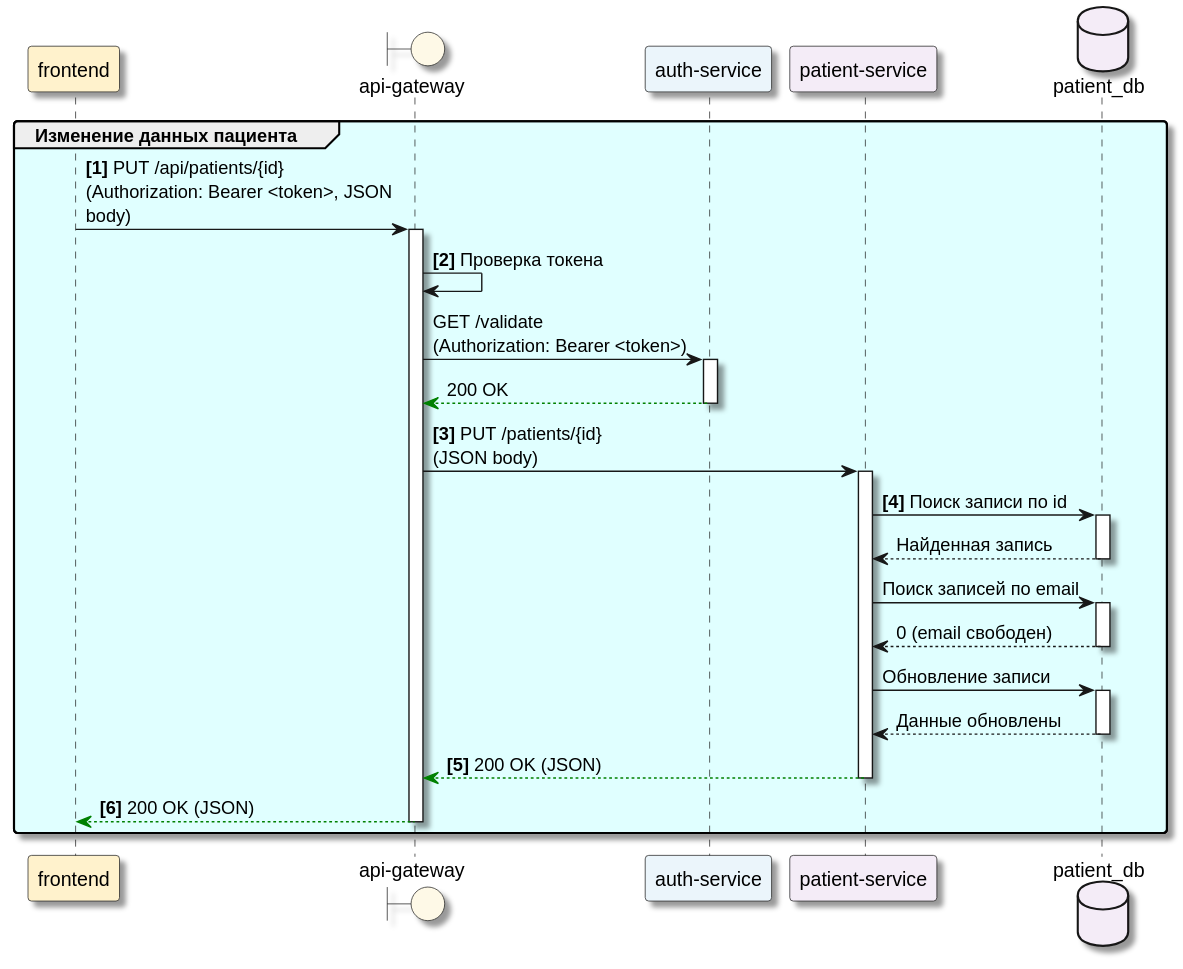
Earlier version of the PlantUML export Docs/As-is/Diagrams/UpdatePatient.svg (ni1a207/Healthcare-System). The source it was exported from:
```plantuml
@startuml
skinparam Shadowing true
skinparam RoundCorner 5
skinparam MaxMessageSize 250

participant "frontend" as SPA #FFF2CC

boundary "api-gateway" as GW #FEF9E7


participant "auth-service" as Auth #EBF5FB
participant "patient-service" as PS #F4ECF7
database "patient_db" as DB #F4ECF7

group #LightCyan Изменение данных пациента

    SPA -> GW ++: **[1]** PUT /api/patients/{id}\n(Authorization: Bearer <token>, JSON body)

    GW -> GW: **[2]** Проверка токена
    GW -> Auth ++: GET /validate\n(Authorization: Bearer <token>)
    Auth --[#green]> GW --: 200 OK

    GW -> PS ++: **[3]** PUT /patients/{id}\n(JSON body)

    PS -> DB ++: **[4]** Поиск записи по id
    DB --> PS --: Найденная запись

    PS -> DB ++: Поиск записей по email
    DB --> PS --: 0 (email свободен)

    PS -> DB ++: Обновление записи
    DB --> PS --: Данные обновлены

    PS --[#green]> GW --: **[5]** 200 OK (JSON)
    GW --[#green]> SPA --: **[6]** 200 OK (JSON)

end
@enduml
```
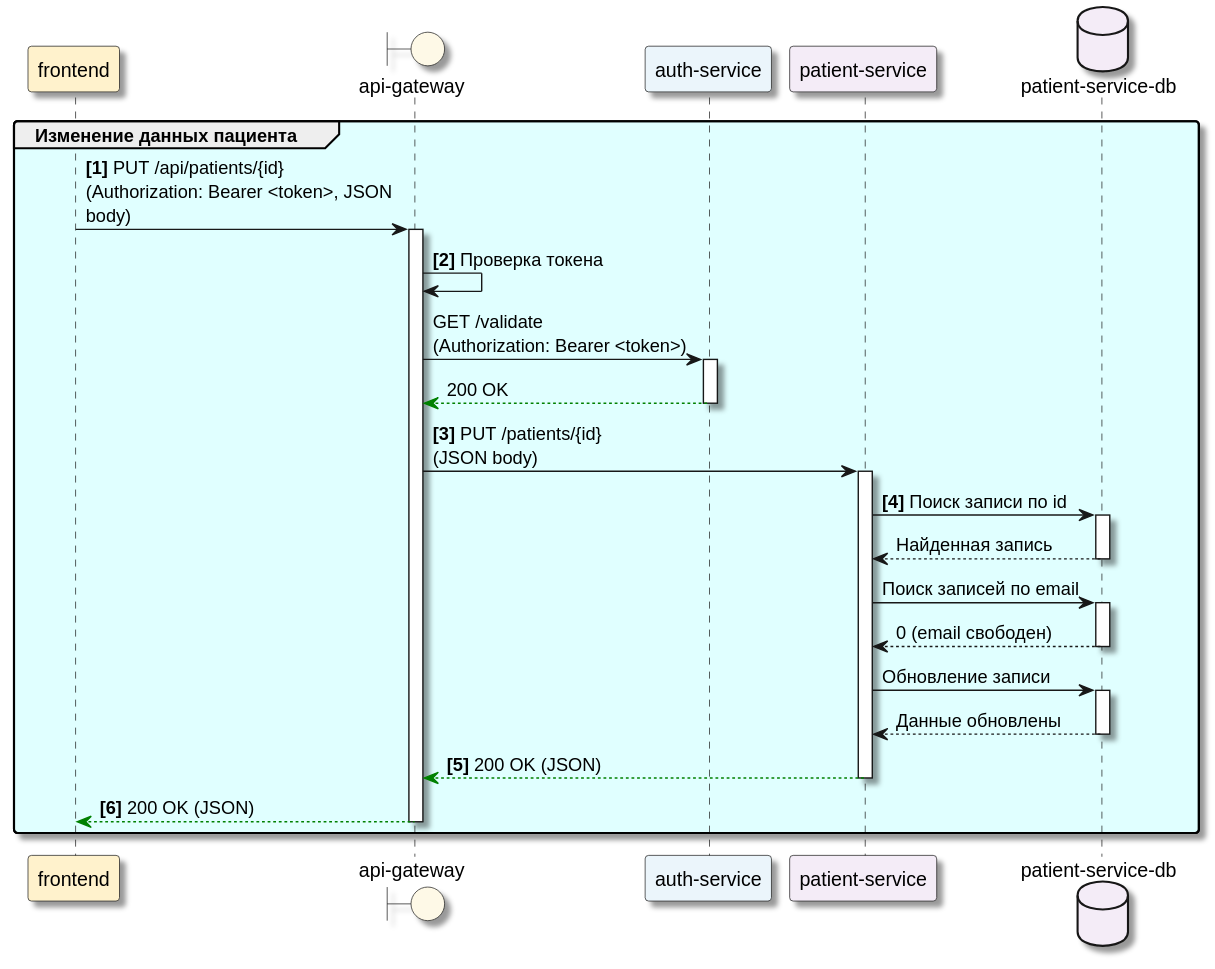
Later version of the same file.

What changed in the source:
```diff
@@ -10,7 +10,7 @@
 
 participant "auth-service" as Auth #EBF5FB
 participant "patient-service" as PS #F4ECF7
-database "patient_db" as DB #F4ECF7
+database "patient-service-db" as DB #F4ECF7
 
 group #LightCyan Изменение данных пациента
 
```
